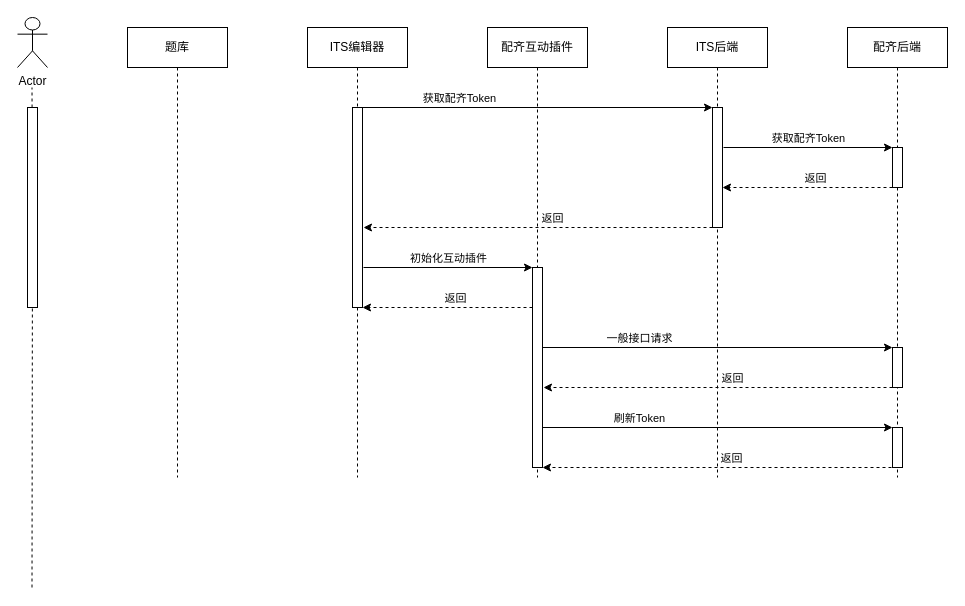
The draw.io diagram 课件3试题变更通知.drawio in huanjiesm/courseware-draw, before the edit. Source tidied: cells renumbered, new cells numbered last; positions are measured from the earlier drawing's top-left corner, leaving out a move shared by most shapes. Both pictures are drawn from the tidied source at 100%, with x=0, y=0 at pixel (17, 17).
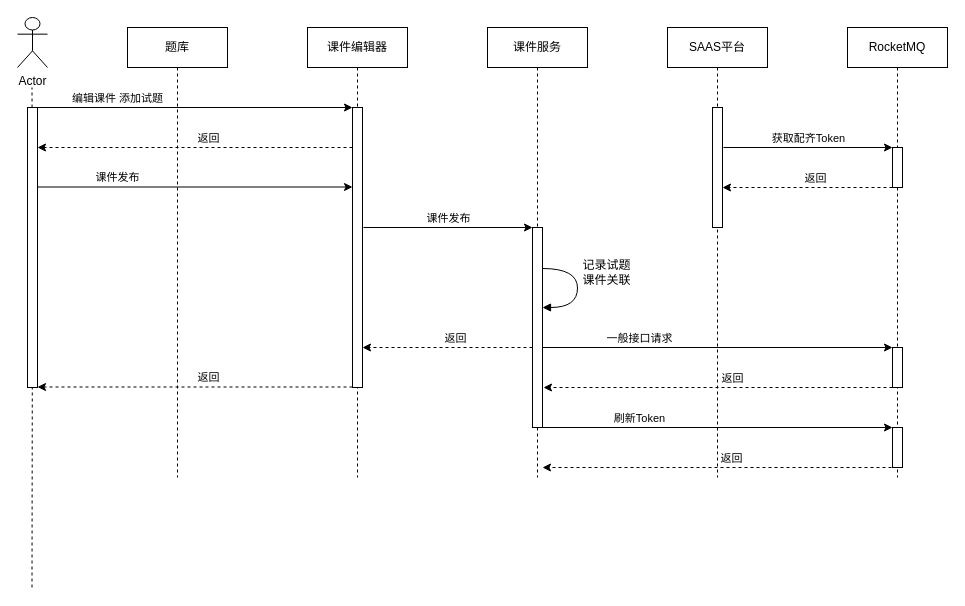
After the change.

Commit message (it also covers changes not shown here):
更新课件3试题变更通知.drawio

Diff of the diagram source:
```diff
@@
-    <mxCell id="2" value="ITS编辑器" style="shape=umlLifeline;perimeter=lifelinePerimeter;whiteSpace=wrap;html=1;newEdgeStyle={&quot;curved&quot;:0,&quot;rounded&quot;:0};" parent="1" vertex="1">
+    <mxCell id="2" value="课件编辑器" style="shape=umlLifeline;perimeter=lifelinePerimeter;whiteSpace=wrap;html=1;newEdgeStyle={&quot;curved&quot;:0,&quot;rounded&quot;:0};" parent="1" vertex="1">
       <mxGeometry x="290" y="10" width="100" height="450" as="geometry" />
     </mxCell>
-    <mxCell id="3" value="配齐互动插件" style="shape=umlLifeline;perimeter=lifelinePerimeter;whiteSpace=wrap;html=1;newEdgeStyle={&quot;curved&quot;:0,&quot;rounded&quot;:0};" parent="1" vertex="1">
+    <mxCell id="3" value="课件服务" style="shape=umlLifeline;perimeter=lifelinePerimeter;whiteSpace=wrap;html=1;newEdgeStyle={&quot;curved&quot;:0,&quot;rounded&quot;:0};" parent="1" vertex="1">
       <mxGeometry x="470" y="10" width="100" height="450" as="geometry" />
     </mxCell>
-    <mxCell id="4" value="ITS后端" style="shape=umlLifeline;perimeter=lifelinePerimeter;whiteSpace=wrap;html=1;newEdgeStyle={&quot;curved&quot;:0,&quot;rounded&quot;:0};" parent="1" vertex="1">
+    <mxCell id="4" value="SAAS平台" style="shape=umlLifeline;perimeter=lifelinePerimeter;whiteSpace=wrap;html=1;newEdgeStyle={&quot;curved&quot;:0,&quot;rounded&quot;:0};" parent="1" vertex="1">
       <mxGeometry x="650" y="10" width="100" height="450" as="geometry" />
     </mxCell>
-    <mxCell id="5" value="配齐后端" style="shape=umlLifeline;perimeter=lifelinePerimeter;whiteSpace=wrap;html=1;newEdgeStyle={&quot;curved&quot;:0,&quot;rounded&quot;:0};" parent="1" vertex="1">
+    <mxCell id="5" value="RocketMQ" style="shape=umlLifeline;perimeter=lifelinePerimeter;whiteSpace=wrap;html=1;newEdgeStyle={&quot;curved&quot;:0,&quot;rounded&quot;:0};" parent="1" vertex="1">
       <mxGeometry x="830" y="10" width="100" height="450" as="geometry" />
     </mxCell>
     <mxCell id="6" style="rounded=0;whiteSpace=wrap;html=1;" parent="1" vertex="1">
-      <mxGeometry x="335" y="90" width="10" height="200" as="geometry" />
+      <mxGeometry x="335" y="90" width="10" height="280" as="geometry" />
     </mxCell>
     <mxCell id="7" style="rounded=0;whiteSpace=wrap;html=1;" parent="1" vertex="1">
-      <mxGeometry x="515" y="250" width="10" height="200" as="geometry" />
+      <mxGeometry x="515" y="210" width="10" height="200" as="geometry" />
     </mxCell>
-    <mxCell id="8" style="endArrow=classic;html=1;rounded=0;" parent="1" edge="1">
-      <mxGeometry relative="1" as="geometry">
-        <mxPoint x="345" y="90" as="sourcePoint" />
-        <mxPoint x="695" y="90" as="targetPoint" />
-      </mxGeometry>
-    </mxCell>
-    <mxCell id="9" value="获取配齐Token" style="edgeLabel;html=1;align=center;verticalAlign=middle;" parent="8" vertex="1">
-      <mxGeometry x="0.34" y="2" relative="1" as="geometry">
-        <mxPoint x="-139" y="-8" as="offset" />
-      </mxGeometry>
-    </mxCell>
@@
-    <mxCell id="16" style="endArrow=classic;html=1;rounded=0;dashed=1;" parent="1" edge="1">
-      <mxGeometry relative="1" as="geometry">
-        <mxPoint x="695" y="210" as="sourcePoint" />
-        <mxPoint x="346" y="210" as="targetPoint" />
-      </mxGeometry>
-    </mxCell>
-    <mxCell id="17" value="返回" style="edgeLabel;html=1;align=center;verticalAlign=middle;" parent="16" vertex="1">
-      <mxGeometry x="-0.08" y="-1" relative="1" as="geometry">
-        <mxPoint y="-9" as="offset" />
-      </mxGeometry>
-    </mxCell>
     <mxCell id="18" style="endArrow=classic;html=1;rounded=0;" parent="1" edge="1">
       <mxGeometry relative="1" as="geometry">
-        <mxPoint x="346" y="250" as="sourcePoint" />
-        <mxPoint x="515" y="250" as="targetPoint" />
+        <mxPoint x="346" y="210" as="sourcePoint" />
+        <mxPoint x="515" y="210" as="targetPoint" />
       </mxGeometry>
     </mxCell>
-    <mxCell id="19" value="初始化互动插件" style="edgeLabel;html=1;align=center;verticalAlign=middle;" parent="18" vertex="1">
+    <mxCell id="19" value="课件发布" style="edgeLabel;html=1;align=center;verticalAlign=middle;" parent="18" vertex="1">
       <mxGeometry x="0.34" y="2" relative="1" as="geometry">
         <mxPoint x="-29" y="-8" as="offset" />
       </mxGeometry>
     </mxCell>
     <mxCell id="20" style="endArrow=classic;html=1;rounded=0;dashed=1;" parent="1" edge="1">
       <mxGeometry relative="1" as="geometry">
-        <mxPoint x="515" y="290" as="sourcePoint" />
-        <mxPoint x="345" y="290" as="targetPoint" />
+        <mxPoint x="515" y="330" as="sourcePoint" />
+        <mxPoint x="345" y="330" as="targetPoint" />
       </mxGeometry>
     </mxCell>
@@
     <mxCell id="36" style="rounded=0;whiteSpace=wrap;html=1;" parent="1" vertex="1">
-      <mxGeometry x="10" y="90" width="10" height="200" as="geometry" />
+      <mxGeometry x="10" y="90" width="10" height="280" as="geometry" />
     </mxCell>
+    <mxCell id="37" style="endArrow=classic;html=1;rounded=0;" parent="1" edge="1">
+      <mxGeometry relative="1" as="geometry">
+        <mxPoint x="20" y="90" as="sourcePoint" />
+        <mxPoint x="335" y="90" as="targetPoint" />
+      </mxGeometry>
+    </mxCell>
+    <mxCell id="38" value="编辑课件 添加试题" style="edgeLabel;html=1;align=center;verticalAlign=middle;" parent="37" vertex="1">
+      <mxGeometry x="0.34" y="2" relative="1" as="geometry">
+        <mxPoint x="-131" y="-8" as="offset" />
+      </mxGeometry>
+    </mxCell>
+    <mxCell id="39" style="endArrow=classic;html=1;rounded=0;dashed=1;" parent="1" edge="1">
+      <mxGeometry relative="1" as="geometry">
+        <mxPoint x="335" y="130" as="sourcePoint" />
+        <mxPoint x="20" y="130" as="targetPoint" />
+      </mxGeometry>
+    </mxCell>
+    <mxCell id="40" value="返回" style="edgeLabel;html=1;align=center;verticalAlign=middle;" parent="39" vertex="1">
+      <mxGeometry x="-0.08" y="-1" relative="1" as="geometry">
+        <mxPoint y="-9" as="offset" />
+      </mxGeometry>
+    </mxCell>
+    <mxCell id="41" style="endArrow=classic;html=1;rounded=0;" parent="1" edge="1">
+      <mxGeometry relative="1" as="geometry">
+        <mxPoint x="20" y="169.5" as="sourcePoint" />
+        <mxPoint x="335" y="169.5" as="targetPoint" />
+      </mxGeometry>
+    </mxCell>
+    <mxCell id="42" value="课件发布" style="edgeLabel;html=1;align=center;verticalAlign=middle;" parent="41" vertex="1">
+      <mxGeometry x="0.34" y="2" relative="1" as="geometry">
+        <mxPoint x="-131" y="-8" as="offset" />
+      </mxGeometry>
+    </mxCell>
+    <mxCell id="43" style="endArrow=classic;html=1;rounded=0;dashed=1;" parent="1" edge="1">
+      <mxGeometry relative="1" as="geometry">
+        <mxPoint x="335" y="369.5" as="sourcePoint" />
+        <mxPoint x="20" y="369.5" as="targetPoint" />
+      </mxGeometry>
+    </mxCell>
+    <mxCell id="44" value="返回" style="edgeLabel;html=1;align=center;verticalAlign=middle;" parent="43" vertex="1">
+      <mxGeometry x="-0.08" y="-1" relative="1" as="geometry">
+        <mxPoint y="-9" as="offset" />
+      </mxGeometry>
+    </mxCell>
+    <mxCell id="45" value="记录试题&lt;div&gt;课件关联&lt;/div&gt;" style="html=1;verticalAlign=bottom;endArrow=block;labelBackgroundColor=none;fontFamily=Verdana;fontSize=12;elbow=vertical;edgeStyle=orthogonalEdgeStyle;curved=1;exitX=1.038;exitY=0.345;exitPerimeter=0;entryX=1.027;entryY=0.831;entryDx=0;entryDy=0;entryPerimeter=0;" parent="1" edge="1">
+      <mxGeometry x="0.03" y="29" relative="1" as="geometry">
+        <mxPoint x="525" y="251" as="sourcePoint" />
+        <mxPoint x="525" y="290" as="targetPoint" />
+        <Array as="points">
+          <mxPoint x="560" y="251" />
+          <mxPoint x="560" y="290" />
+        </Array>
+      </mxGeometry>
+    </mxCell>
```
